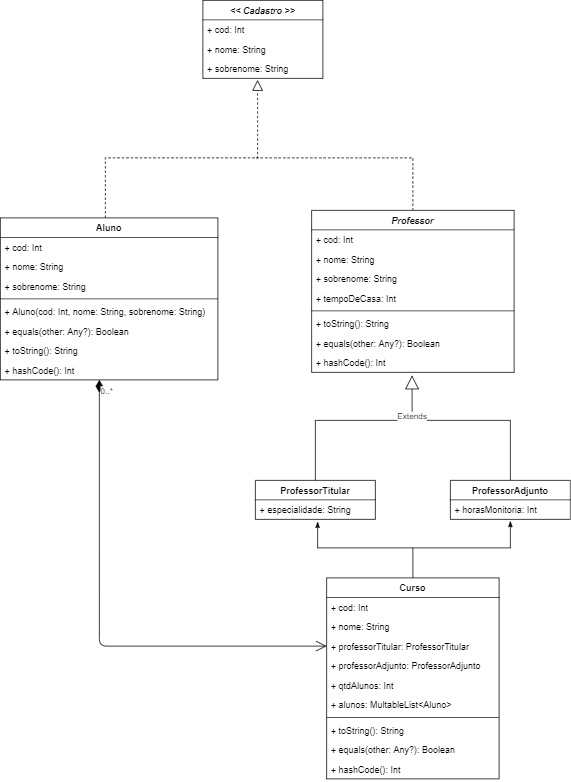
btmluiz/digitalhouse-desafio-kotlin keeps this draw.io diagram as UML.png. Above is the earlier version. Source tidied: cells renumbered, new cells last; positions are measured from the earlier drawing's top-left corner, leaving out a move shared by most shapes.
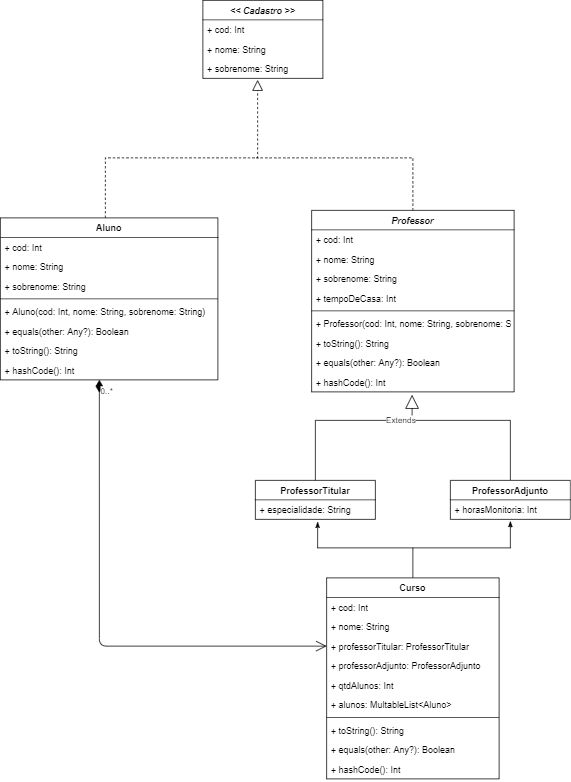
After the commit.

Commit message:
Atualizar UML

Change to the diagram source:
```diff
@@ -116,7 +116,7 @@
       </mxGeometry>
     </mxCell>
     <mxCell id="28" value="Professor" style="swimlane;fontStyle=3;align=center;verticalAlign=top;horizontal=1;startSize=26;" parent="1" vertex="1">
-      <mxGeometry x="415" y="280" width="270" height="216" as="geometry" />
+      <mxGeometry x="415" y="280" width="270" height="242" as="geometry" />
     </mxCell>
     <mxCell id="29" value="+ cod: Int" style="text;strokeColor=none;fillColor=none;align=left;verticalAlign=top;spacingLeft=4;spacingRight=4;overflow=hidden;" parent="28" vertex="1">
       <mxGeometry y="26" width="270" height="26" as="geometry" />
@@ -133,14 +133,17 @@
     <mxCell id="33" style="line;strokeWidth=1;fillColor=none;align=left;verticalAlign=middle;spacingTop=-1;spacingLeft=3;spacingRight=3;labelPosition=right;" parent="28" vertex="1">
       <mxGeometry y="130" width="270" height="8" as="geometry" />
     </mxCell>
+    <mxCell id="46" value="+ Professor(cod: Int, nome: String, sobrenome: String)" style="text;strokeColor=none;fillColor=none;align=left;verticalAlign=top;spacingLeft=4;spacingRight=4;overflow=hidden;" parent="28" vertex="1">
+      <mxGeometry y="138" width="270" height="26" as="geometry" />
+    </mxCell>
     <mxCell id="34" value="+ toString(): String" style="text;strokeColor=none;fillColor=none;align=left;verticalAlign=top;spacingLeft=4;spacingRight=4;overflow=hidden;" parent="28" vertex="1">
-      <mxGeometry y="138" width="270" height="26" as="geometry" />
+      <mxGeometry y="164" width="270" height="26" as="geometry" />
     </mxCell>
     <mxCell id="35" value="+ equals(other: Any?): Boolean" style="text;strokeColor=none;fillColor=none;align=left;verticalAlign=top;spacingLeft=4;spacingRight=4;overflow=hidden;" parent="28" vertex="1">
-      <mxGeometry y="164" width="270" height="26" as="geometry" />
+      <mxGeometry y="190" width="270" height="26" as="geometry" />
     </mxCell>
     <mxCell id="36" value="+ hashCode(): Int" style="text;strokeColor=none;fillColor=none;align=left;verticalAlign=top;spacingLeft=4;spacingRight=4;overflow=hidden;points=[[0,0.5],[1,0.5]];portConstraint=eastwest;" parent="28" vertex="1">
-      <mxGeometry y="190" width="270" height="26" as="geometry" />
+      <mxGeometry y="216" width="270" height="26" as="geometry" />
     </mxCell>
     <mxCell id="37" value="Aluno" style="swimlane;fontStyle=1;align=center;verticalAlign=top;horizontal=1;startSize=26;" parent="1" vertex="1">
       <mxGeometry y="290" width="290" height="216" as="geometry" />
```
